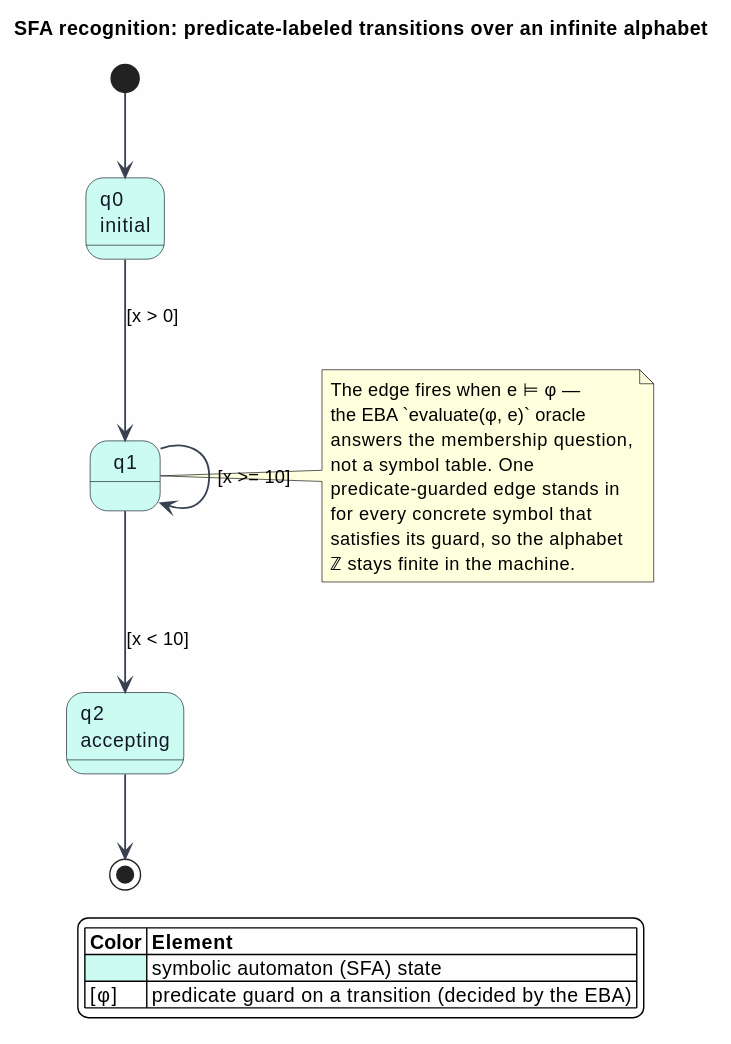
This is docs/architecture/semantic-predicates/figures/03-sfa-recognition.svg from F1R3FLY-io/mettail-rust, a PlantUML export, as it was before one commit. The source it was exported from:
```plantuml
@startuml
title SFA recognition: predicate-labeled transitions over an infinite alphabet

skinparam backgroundColor #FEFEFE
skinparam shadowing false
skinparam ArrowColor #374151
skinparam ArrowThickness 1.3
skinparam state {
  BorderColor #1F2937
  FontColor #111827
  AttributeFontColor #111827
}

[*] --> q0

state "q0\ninitial" as q0 #CCFBF1
state "q1" as q1 #CCFBF1
state "q2\naccepting" as q2 #CCFBF1

q0 --> q1 : [x > 0]
q1 --> q2 : [x < 10]
q1 --> q1 : [x >= 10]
q2 --> [*]

note right of q1
  The edge fires when e ⊨ φ —
  the EBA `evaluate(φ, e)` oracle
  answers the membership question,
  not a symbol table. One
  predicate-guarded edge stands in
  for every concrete symbol that
  satisfies its guard, so the alphabet
  ℤ stays finite in the machine.
end note

legend bottom
|= Color |= Element |
|<#CCFBF1> | symbolic automaton (SFA) state |
| [φ] | predicate guard on a transition (decided by the EBA) |
endlegend
@enduml
```
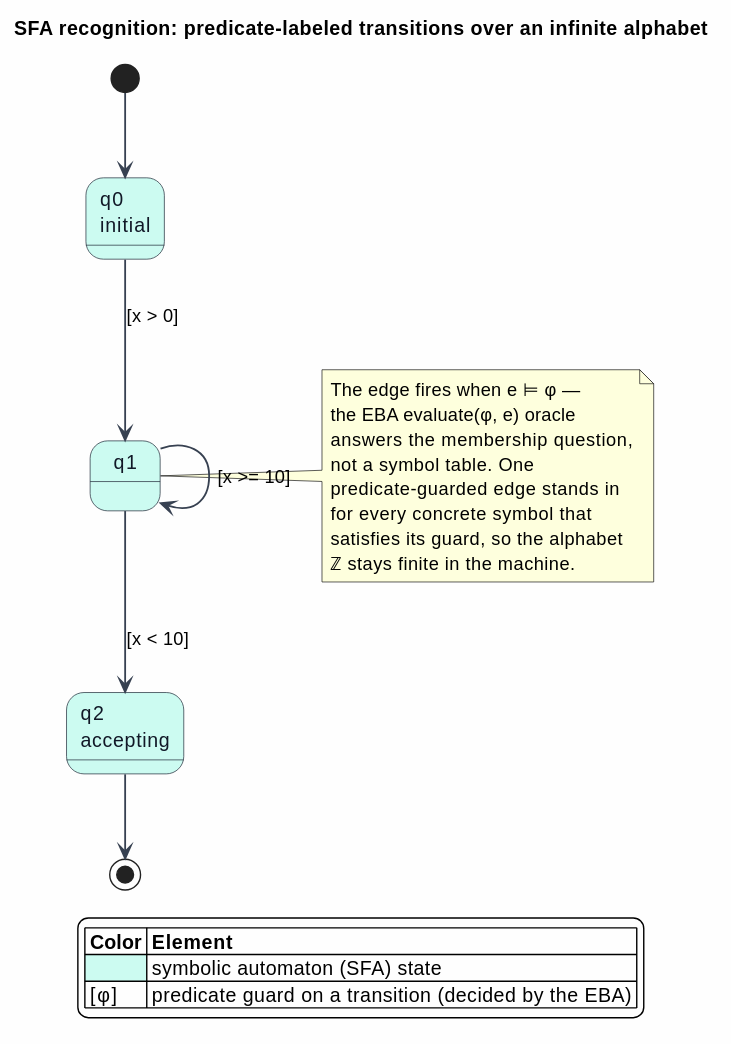
After the change.

Change to the diagram source:
```diff
@@ -24,7 +24,7 @@
 
 note right of q1
   The edge fires when e ⊨ φ —
-  the EBA `evaluate(φ, e)` oracle
+  the EBA evaluate(φ, e) oracle
   answers the membership question,
   not a symbol table. One
   predicate-guarded edge stands in
```
